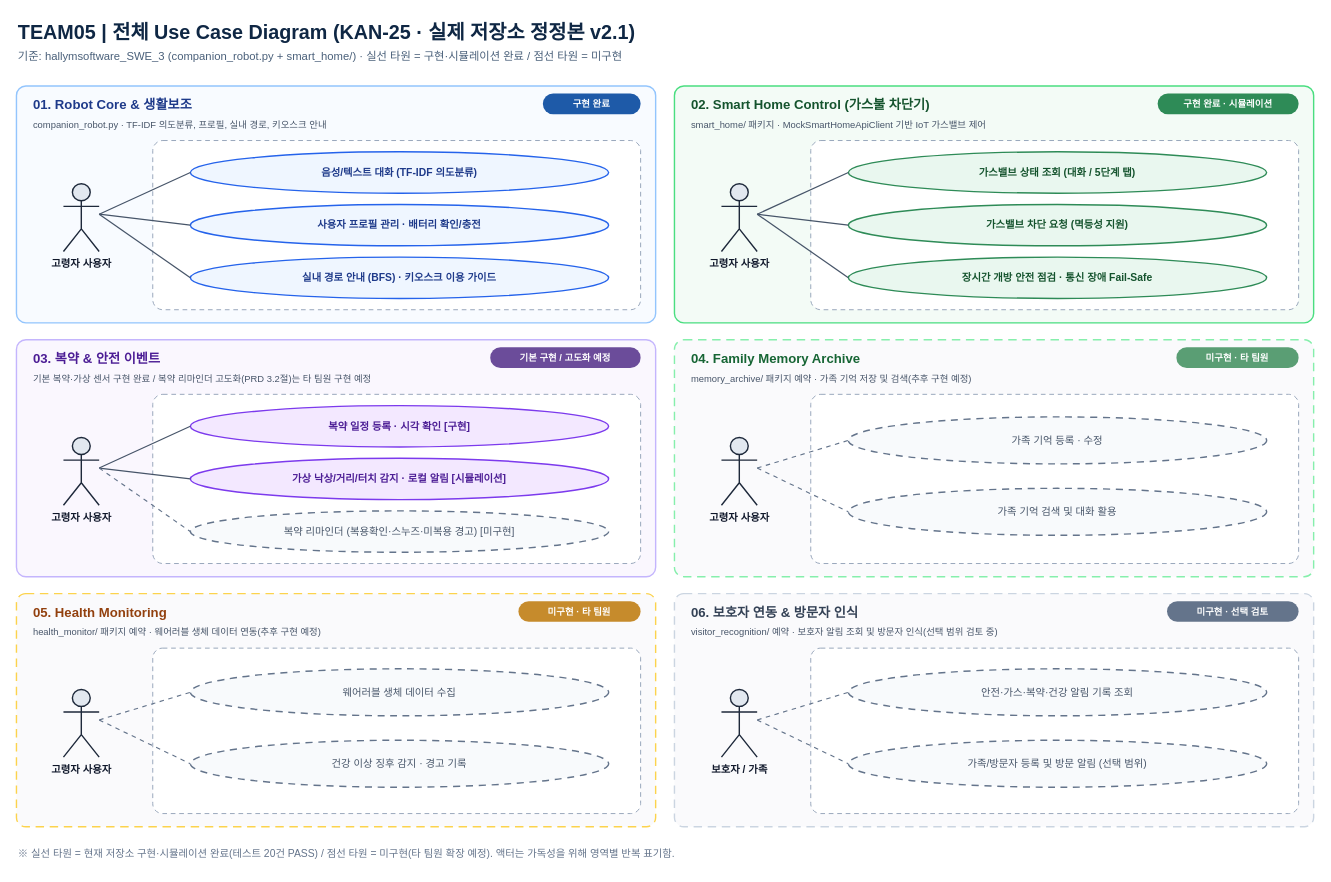
Before: docs/KAN25_UseCase_통합수정_v2.drawio in Againlose/hallymsoftware_SWE_3, a draw.io diagram. Source tidied: cells renumbered, new cells numbered last; positions are measured from the earlier drawing's top-left corner, leaving out a move shared by most shapes. Both pictures are drawn from the tidied source at 94%, with x=0, y=0 at pixel (16, 16).
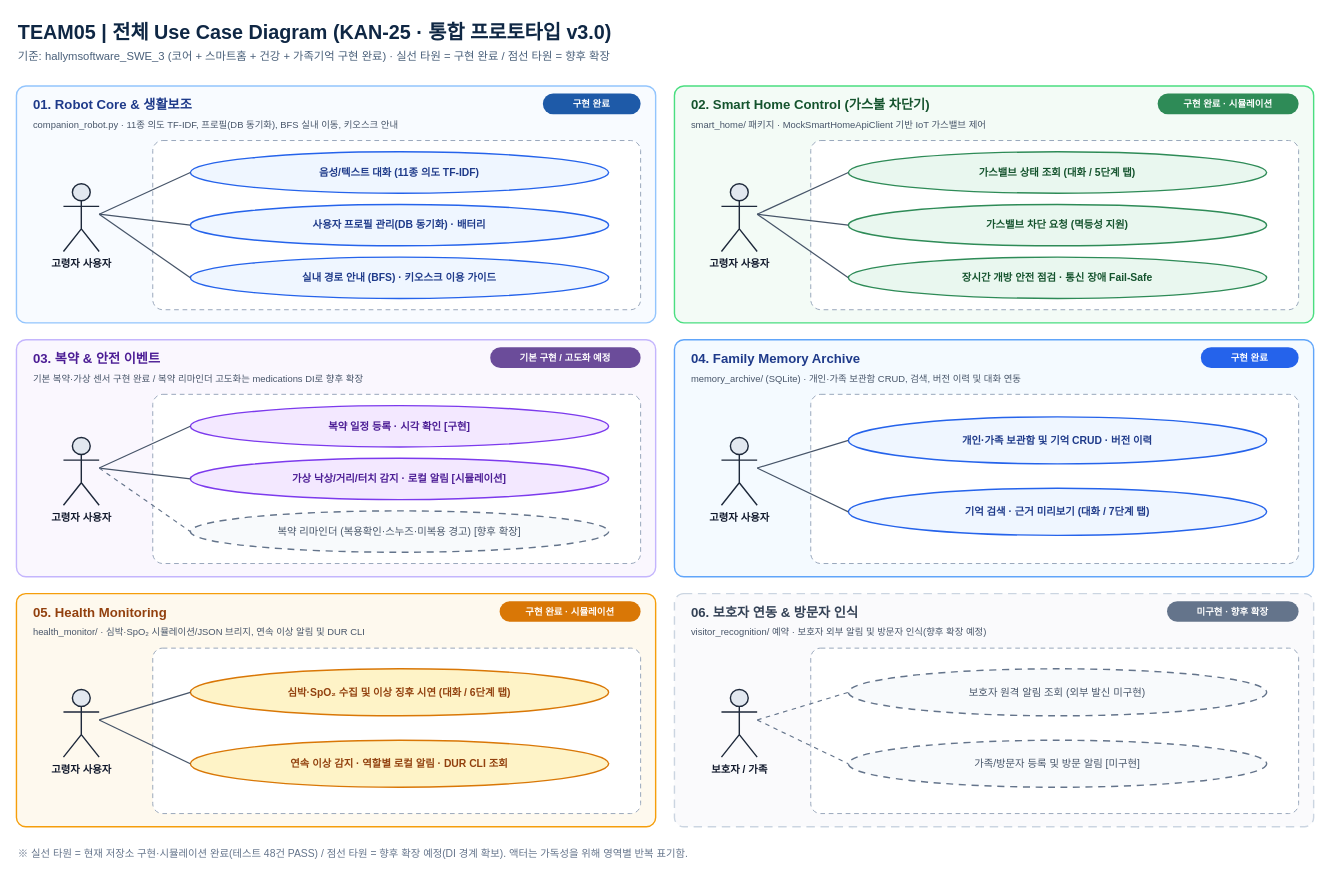
After the change.

The change refers to these unchanged cells:
```xml
<mxCell id="45" value="고령자 사용자" style="shape=umlActor;verticalLabelPosition=bottom;verticalAlign=top;html=1;outlineConnect=0;fillColor=#E2E8F0;strokeColor=#1E293B;strokeWidth=1.5;fontFamily=Malgun Gothic;fontSize=11;fontStyle=1;fontColor=#0F172A;" parent="1" vertex="1">
  <mxGeometry x="750" y="448" width="38" height="72" as="geometry" />
</mxCell>
<mxCell id="55" value="고령자 사용자" style="shape=umlActor;verticalLabelPosition=bottom;verticalAlign=top;html=1;outlineConnect=0;fillColor=#E2E8F0;strokeColor=#1E293B;strokeWidth=1.5;fontFamily=Malgun Gothic;fontSize=11;fontStyle=1;fontColor=#0F172A;" parent="1" vertex="1">
  <mxGeometry x="50" y="716" width="38" height="72" as="geometry" />
</mxCell>
```

The edit, as a diff of the source:
```diff
@@
-    <mxCell id="2" value="TEAM05 | 전체 Use Case Diagram (KAN-25 · 실제 저장소 정정본 v2.1)" style="text;html=1;strokeColor=none;fillColor=none;align=left;verticalAlign=middle;whiteSpace=wrap;rounded=0;fontFamily=Malgun Gothic;fontSize=21;fontStyle=1;fontColor=#0F2744;" parent="1" vertex="1">
+    <mxCell id="2" value="TEAM05 | 전체 Use Case Diagram (KAN-25 · 통합 프로토타입 v3.0)" style="text;html=1;strokeColor=none;fillColor=none;align=left;verticalAlign=middle;whiteSpace=wrap;rounded=0;fontFamily=Malgun Gothic;fontSize=21;fontStyle=1;fontColor=#0F2744;" parent="1" vertex="1">
       <mxGeometry width="1020" height="32" as="geometry" />
     </mxCell>
-    <mxCell id="3" value="기준: hallymsoftware_SWE_3 (companion_robot.py + smart_home/) · 실선 타원 = 구현·시뮬레이션 완료 / 점선 타원 = 미구현" style="text;html=1;strokeColor=none;fillColor=none;align=left;verticalAlign=middle;whiteSpace=wrap;rounded=0;fontFamily=Malgun Gothic;fontSize=12;fontColor=#4A607A;" parent="1" vertex="1">
+    <mxCell id="3" value="기준: hallymsoftware_SWE_3 (코어 + 스마트홈 + 건강 + 가족기억 구현 완료) · 실선 타원 = 구현 완료 / 점선 타원 = 향후 확장" style="text;html=1;strokeColor=none;fillColor=none;align=left;verticalAlign=middle;whiteSpace=wrap;rounded=0;fontFamily=Malgun Gothic;fontSize=12;fontColor=#4A607A;" parent="1" vertex="1">
       <mxGeometry y="32" width="1380" height="22" as="geometry" />
     </mxCell>
@@
-    <mxCell id="7" value="companion_robot.py · TF-IDF 의도분류, 프로필, 실내 경로, 키오스크 안내" style="text;html=1;strokeColor=none;fillColor=none;align=left;verticalAlign=middle;fontFamily=Malgun Gothic;fontSize=10;fontColor=#475569;" parent="1" vertex="1">
-      <mxGeometry x="16" y="106" width="520" height="18" as="geometry" />
+    <mxCell id="7" value="companion_robot.py · 11종 의도 TF-IDF, 프로필(DB 동기화), BFS 실내 이동, 키오스크 안내" style="text;html=1;strokeColor=none;fillColor=none;align=left;verticalAlign=middle;fontFamily=Malgun Gothic;fontSize=10;fontColor=#475569;" parent="1" vertex="1">
+      <mxGeometry x="16" y="106" width="560" height="18" as="geometry" />
     </mxCell>
@@
-    <mxCell id="10" value="음성/텍스트 대화 (TF-IDF 의도분류)" style="ellipse;whiteSpace=wrap;html=1;fillColor=#EFF6FF;strokeColor=#2563EB;strokeWidth=1.5;fontFamily=Malgun Gothic;fontSize=11;fontStyle=1;fontColor=#1E3A8A;" parent="1" vertex="1">
+    <mxCell id="10" value="음성/텍스트 대화 (11종 의도 TF-IDF)" style="ellipse;whiteSpace=wrap;html=1;fillColor=#EFF6FF;strokeColor=#2563EB;strokeWidth=1.5;fontFamily=Malgun Gothic;fontSize=11;fontStyle=1;fontColor=#1E3A8A;" parent="1" vertex="1">
       <mxGeometry x="185" y="144" width="445" height="44" as="geometry" />
     </mxCell>
-    <mxCell id="11" value="사용자 프로필 관리 · 배터리 확인/충전" style="ellipse;whiteSpace=wrap;html=1;fillColor=#EFF6FF;strokeColor=#2563EB;strokeWidth=1.5;fontFamily=Malgun Gothic;fontSize=11;fontStyle=1;fontColor=#1E3A8A;" parent="1" vertex="1">
+    <mxCell id="11" value="사용자 프로필 관리(DB 동기화) · 배터리" style="ellipse;whiteSpace=wrap;html=1;fillColor=#EFF6FF;strokeColor=#2563EB;strokeWidth=1.5;fontFamily=Malgun Gothic;fontSize=11;fontStyle=1;fontColor=#1E3A8A;" parent="1" vertex="1">
       <mxGeometry x="185" y="200" width="445" height="44" as="geometry" />
     </mxCell>
@@
-    <mxCell id="31" value="기본 복약·가상 센서 구현 완료 / 복약 리마인더 고도화(PRD 3.2절)는 타 팀원 구현 예정" style="text;html=1;strokeColor=none;fillColor=none;align=left;verticalAlign=middle;fontFamily=Malgun Gothic;fontSize=10;fontColor=#475569;" parent="1" vertex="1">
+    <mxCell id="31" value="기본 복약·가상 센서 구현 완료 / 복약 리마인더 고도화는 medications DI로 향후 확장" style="text;html=1;strokeColor=none;fillColor=none;align=left;verticalAlign=middle;fontFamily=Malgun Gothic;fontSize=10;fontColor=#475569;" parent="1" vertex="1">
       <mxGeometry x="16" y="376" width="560" height="18" as="geometry" />
     </mxCell>
@@
-    <mxCell id="36" value="복약 리마인더 (복용확인·스누즈·미복용 경고) [미구현]" style="ellipse;whiteSpace=wrap;html=1;fillColor=#F8FAFC;strokeColor=#64748B;strokeWidth=1.5;dashed=1;dashPattern=5 4;fontFamily=Malgun Gothic;fontSize=11;fontColor=#475569;" parent="1" vertex="1">
+    <mxCell id="36" value="복약 리마인더 (복용확인·스누즈·미복용 경고) [향후 확장]" style="ellipse;whiteSpace=wrap;html=1;fillColor=#F8FAFC;strokeColor=#64748B;strokeWidth=1.5;dashed=1;dashPattern=5 4;fontFamily=Malgun Gothic;fontSize=11;fontColor=#475569;" parent="1" vertex="1">
       <mxGeometry x="185" y="526" width="445" height="44" as="geometry" />
     </mxCell>
@@
-    <mxCell id="40" style="rounded=1;whiteSpace=wrap;html=1;arcSize=4;fillColor=#FAFAFC;strokeColor=#86EFAC;strokeWidth=1.5;dashed=1;dashPattern=6 4;" parent="1" vertex="1">
+    <mxCell id="40" style="rounded=1;whiteSpace=wrap;html=1;arcSize=4;fillColor=#F4FAFF;strokeColor=#60A5FA;strokeWidth=1.5;" parent="1" vertex="1">
       <mxGeometry x="700" y="344" width="680" height="252" as="geometry" />
     </mxCell>
-    <mxCell id="41" value="04. Family Memory Archive" style="text;html=1;strokeColor=none;fillColor=none;align=left;verticalAlign=middle;fontFamily=Malgun Gothic;fontSize=14;fontStyle=1;fontColor=#166534;" parent="1" vertex="1">
+    <mxCell id="41" value="04. Family Memory Archive" style="text;html=1;strokeColor=none;fillColor=none;align=left;verticalAlign=middle;fontFamily=Malgun Gothic;fontSize=14;fontStyle=1;fontColor=#1E3A8A;" parent="1" vertex="1">
       <mxGeometry x="716" y="352" width="420" height="24" as="geometry" />
     </mxCell>
-    <mxCell id="42" value="미구현 · 타 팀원" style="rounded=1;whiteSpace=wrap;html=1;arcSize=50;fillColor=#5A9E74;strokeColor=none;fontFamily=Malgun Gothic;fontSize=10;fontStyle=1;fontColor=#FFFFFF;" parent="1" vertex="1">
-      <mxGeometry x="1234" y="352" width="130" height="22" as="geometry" />
+    <mxCell id="42" value="구현 완료" style="rounded=1;whiteSpace=wrap;html=1;arcSize=50;fillColor=#2563EB;strokeColor=none;fontFamily=Malgun Gothic;fontSize=10;fontStyle=1;fontColor=#FFFFFF;" parent="1" vertex="1">
+      <mxGeometry x="1260" y="352" width="104" height="22" as="geometry" />
     </mxCell>
-    <mxCell id="43" value="memory_archive/ 패키지 예약 · 가족 기억 저장 및 검색(추후 구현 예정)" style="text;html=1;strokeColor=none;fillColor=none;align=left;verticalAlign=middle;fontFamily=Malgun Gothic;fontSize=10;fontColor=#475569;" parent="1" vertex="1">
-      <mxGeometry x="716" y="376" width="520" height="18" as="geometry" />
+    <mxCell id="43" value="memory_archive/ (SQLite) · 개인·가족 보관함 CRUD, 검색, 버전 이력 및 대화 연동" style="text;html=1;strokeColor=none;fillColor=none;align=left;verticalAlign=middle;fontFamily=Malgun Gothic;fontSize=10;fontColor=#475569;" parent="1" vertex="1">
+      <mxGeometry x="716" y="376" width="560" height="18" as="geometry" />
     </mxCell>
@@
-    <mxCell id="46" value="가족 기억 등록 · 수정" style="ellipse;whiteSpace=wrap;html=1;fillColor=#F8FAFC;strokeColor=#64748B;strokeWidth=1.5;dashed=1;dashPattern=5 4;fontFamily=Malgun Gothic;fontSize=11;fontColor=#475569;" parent="1" vertex="1">
+    <mxCell id="46" value="개인·가족 보관함 및 기억 CRUD · 버전 이력" style="ellipse;whiteSpace=wrap;html=1;fillColor=#EFF6FF;strokeColor=#2563EB;strokeWidth=1.5;fontFamily=Malgun Gothic;fontSize=11;fontStyle=1;fontColor=#1E3A8A;" parent="1" vertex="1">
       <mxGeometry x="885" y="426" width="445" height="50" as="geometry" />
     </mxCell>
-    <mxCell id="47" value="가족 기억 검색 및 대화 활용" style="ellipse;whiteSpace=wrap;html=1;fillColor=#F8FAFC;strokeColor=#64748B;strokeWidth=1.5;dashed=1;dashPattern=5 4;fontFamily=Malgun Gothic;fontSize=11;fontColor=#475569;" parent="1" vertex="1">
+    <mxCell id="47" value="기억 검색 · 근거 미리보기 (대화 / 7단계 탭)" style="ellipse;whiteSpace=wrap;html=1;fillColor=#EFF6FF;strokeColor=#2563EB;strokeWidth=1.5;fontFamily=Malgun Gothic;fontSize=11;fontStyle=1;fontColor=#1E3A8A;" parent="1" vertex="1">
       <mxGeometry x="885" y="502" width="445" height="50" as="geometry" />
     </mxCell>
-    <mxCell id="48" style="endArrow=none;html=1;strokeColor=#64748B;strokeWidth=1.2;dashed=1;dashPattern=4 4;exitX=1;exitY=0.45;exitDx=0;exitDy=0;exitPerimeter=0;entryX=0;entryY=0.5;entryDx=0;entryDy=0;" parent="1" edge="1" source="45" target="46">
+    <mxCell id="48" style="endArrow=none;html=1;strokeColor=#475569;strokeWidth=1.3;exitX=1;exitY=0.45;exitDx=0;exitDy=0;exitPerimeter=0;entryX=0;entryY=0.5;entryDx=0;entryDy=0;" parent="1" edge="1" source="45" target="46">
       <mxGeometry relative="1" as="geometry" />
     </mxCell>
-    <mxCell id="49" style="endArrow=none;html=1;strokeColor=#64748B;strokeWidth=1.2;dashed=1;dashPattern=4 4;exitX=1;exitY=0.45;exitDx=0;exitDy=0;exitPerimeter=0;entryX=0;entryY=0.5;entryDx=0;entryDy=0;" parent="1" edge="1" source="45" target="47">
+    <mxCell id="49" style="endArrow=none;html=1;strokeColor=#475569;strokeWidth=1.3;exitX=1;exitY=0.45;exitDx=0;exitDy=0;exitPerimeter=0;entryX=0;entryY=0.5;entryDx=0;entryDy=0;" parent="1" edge="1" source="45" target="47">
       <mxGeometry relative="1" as="geometry" />
     </mxCell>
-    <mxCell id="50" style="rounded=1;whiteSpace=wrap;html=1;arcSize=4;fillColor=#FAFAFC;strokeColor=#FCD34D;strokeWidth=1.5;dashed=1;dashPattern=6 4;" parent="1" vertex="1">
+    <mxCell id="50" style="rounded=1;whiteSpace=wrap;html=1;arcSize=4;fillColor=#FEF9EE;strokeColor=#F59E0B;strokeWidth=1.5;" parent="1" vertex="1">
       <mxGeometry y="614" width="680" height="248" as="geometry" />
     </mxCell>
@@
-    <mxCell id="52" value="미구현 · 타 팀원" style="rounded=1;whiteSpace=wrap;html=1;arcSize=50;fillColor=#C68B2C;strokeColor=none;fontFamily=Malgun Gothic;fontSize=10;fontStyle=1;fontColor=#FFFFFF;" parent="1" vertex="1">
-      <mxGeometry x="534" y="622" width="130" height="22" as="geometry" />
+    <mxCell id="52" value="구현 완료 · 시뮬레이션" style="rounded=1;whiteSpace=wrap;html=1;arcSize=50;fillColor=#D97706;strokeColor=none;fontFamily=Malgun Gothic;fontSize=10;fontStyle=1;fontColor=#FFFFFF;" parent="1" vertex="1">
+      <mxGeometry x="514" y="622" width="150" height="22" as="geometry" />
     </mxCell>
-    <mxCell id="53" value="health_monitor/ 패키지 예약 · 웨어러블 생체 데이터 연동(추후 구현 예정)" style="text;html=1;strokeColor=none;fillColor=none;align=left;verticalAlign=middle;fontFamily=Malgun Gothic;fontSize=10;fontColor=#475569;" parent="1" vertex="1">
-      <mxGeometry x="16" y="646" width="520" height="18" as="geometry" />
+    <mxCell id="53" value="health_monitor/ · 심박·SpO₂ 시뮬레이션/JSON 브리지, 연속 이상 알림 및 DUR CLI" style="text;html=1;strokeColor=none;fillColor=none;align=left;verticalAlign=middle;fontFamily=Malgun Gothic;fontSize=10;fontColor=#475569;" parent="1" vertex="1">
+      <mxGeometry x="16" y="646" width="560" height="18" as="geometry" />
     </mxCell>
@@
-    <mxCell id="56" value="웨어러블 생체 데이터 수집" style="ellipse;whiteSpace=wrap;html=1;fillColor=#F8FAFC;strokeColor=#64748B;strokeWidth=1.5;dashed=1;dashPattern=5 4;fontFamily=Malgun Gothic;fontSize=11;fontColor=#475569;" parent="1" vertex="1">
+    <mxCell id="56" value="심박·SpO₂ 수집 및 이상 징후 시연 (대화 / 6단계 탭)" style="ellipse;whiteSpace=wrap;html=1;fillColor=#FEF3C7;strokeColor=#D97706;strokeWidth=1.5;fontFamily=Malgun Gothic;fontSize=11;fontStyle=1;fontColor=#92400E;" parent="1" vertex="1">
       <mxGeometry x="185" y="694" width="445" height="50" as="geometry" />
     </mxCell>
-    <mxCell id="57" value="건강 이상 징후 감지 · 경고 기록" style="ellipse;whiteSpace=wrap;html=1;fillColor=#F8FAFC;strokeColor=#64748B;strokeWidth=1.5;dashed=1;dashPattern=5 4;fontFamily=Malgun Gothic;fontSize=11;fontColor=#475569;" parent="1" vertex="1">
+    <mxCell id="57" value="연속 이상 감지 · 역할별 로컬 알림 · DUR CLI 조회" style="ellipse;whiteSpace=wrap;html=1;fillColor=#FEF3C7;strokeColor=#D97706;strokeWidth=1.5;fontFamily=Malgun Gothic;fontSize=11;fontStyle=1;fontColor=#92400E;" parent="1" vertex="1">
       <mxGeometry x="185" y="770" width="445" height="50" as="geometry" />
     </mxCell>
-    <mxCell id="58" style="endArrow=none;html=1;strokeColor=#64748B;strokeWidth=1.2;dashed=1;dashPattern=4 4;exitX=1;exitY=0.45;exitDx=0;exitDy=0;exitPerimeter=0;entryX=0;entryY=0.5;entryDx=0;entryDy=0;" parent="1" edge="1" source="55" target="56">
+    <mxCell id="58" style="endArrow=none;html=1;strokeColor=#475569;strokeWidth=1.3;exitX=1;exitY=0.45;exitDx=0;exitDy=0;exitPerimeter=0;entryX=0;entryY=0.5;entryDx=0;entryDy=0;" parent="1" edge="1" source="55" target="56">
       <mxGeometry relative="1" as="geometry" />
     </mxCell>
-    <mxCell id="59" style="endArrow=none;html=1;strokeColor=#64748B;strokeWidth=1.2;dashed=1;dashPattern=4 4;exitX=1;exitY=0.45;exitDx=0;exitDy=0;exitPerimeter=0;entryX=0;entryY=0.5;entryDx=0;entryDy=0;" parent="1" edge="1" source="55" target="57">
+    <mxCell id="59" style="endArrow=none;html=1;strokeColor=#475569;strokeWidth=1.3;exitX=1;exitY=0.45;exitDx=0;exitDy=0;exitPerimeter=0;entryX=0;entryY=0.5;entryDx=0;entryDy=0;" parent="1" edge="1" source="55" target="57">
       <mxGeometry relative="1" as="geometry" />
     </mxCell>
@@
-    <mxCell id="62" value="미구현 · 선택 검토" style="rounded=1;whiteSpace=wrap;html=1;arcSize=50;fillColor=#64748B;strokeColor=none;fontFamily=Malgun Gothic;fontSize=10;fontStyle=1;fontColor=#FFFFFF;" parent="1" vertex="1">
+    <mxCell id="62" value="미구현 · 향후 확장" style="rounded=1;whiteSpace=wrap;html=1;arcSize=50;fillColor=#64748B;strokeColor=none;fontFamily=Malgun Gothic;fontSize=10;fontStyle=1;fontColor=#FFFFFF;" parent="1" vertex="1">
       <mxGeometry x="1224" y="622" width="140" height="22" as="geometry" />
     </mxCell>
-    <mxCell id="63" value="visitor_recognition/ 예약 · 보호자 알림 조회 및 방문자 인식(선택 범위 검토 중)" style="text;html=1;strokeColor=none;fillColor=none;align=left;verticalAlign=middle;fontFamily=Malgun Gothic;fontSize=10;fontColor=#475569;" parent="1" vertex="1">
+    <mxCell id="63" value="visitor_recognition/ 예약 · 보호자 외부 알림 및 방문자 인식(향후 확장 예정)" style="text;html=1;strokeColor=none;fillColor=none;align=left;verticalAlign=middle;fontFamily=Malgun Gothic;fontSize=10;fontColor=#475569;" parent="1" vertex="1">
       <mxGeometry x="716" y="646" width="520" height="18" as="geometry" />
     </mxCell>
@@
-    <mxCell id="66" value="안전·가스·복약·건강 알림 기록 조회" style="ellipse;whiteSpace=wrap;html=1;fillColor=#F8FAFC;strokeColor=#64748B;strokeWidth=1.5;dashed=1;dashPattern=5 4;fontFamily=Malgun Gothic;fontSize=11;fontColor=#475569;" parent="1" vertex="1">
+    <mxCell id="66" value="보호자 원격 알림 조회 (외부 발신 미구현)" style="ellipse;whiteSpace=wrap;html=1;fillColor=#F8FAFC;strokeColor=#64748B;strokeWidth=1.5;dashed=1;dashPattern=5 4;fontFamily=Malgun Gothic;fontSize=11;fontColor=#475569;" parent="1" vertex="1">
       <mxGeometry x="885" y="694" width="445" height="50" as="geometry" />
     </mxCell>
-    <mxCell id="67" value="가족/방문자 등록 및 방문 알림 (선택 범위)" style="ellipse;whiteSpace=wrap;html=1;fillColor=#F8FAFC;strokeColor=#64748B;strokeWidth=1.5;dashed=1;dashPattern=5 4;fontFamily=Malgun Gothic;fontSize=11;fontColor=#475569;" parent="1" vertex="1">
+    <mxCell id="67" value="가족/방문자 등록 및 방문 알림 [미구현]" style="ellipse;whiteSpace=wrap;html=1;fillColor=#F8FAFC;strokeColor=#64748B;strokeWidth=1.5;dashed=1;dashPattern=5 4;fontFamily=Malgun Gothic;fontSize=11;fontColor=#475569;" parent="1" vertex="1">
       <mxGeometry x="885" y="770" width="445" height="50" as="geometry" />
     </mxCell>
@@
-    <mxCell id="70" value="※ 실선 타원 = 현재 저장소 구현·시뮬레이션 완료(테스트 20건 PASS) / 점선 타원 = 미구현(타 팀원 확장 예정). 액터는 가독성을 위해 영역별 반복 표기함." style="text;html=1;strokeColor=none;fillColor=none;align=left;verticalAlign=middle;whiteSpace=wrap;rounded=0;fontFamily=Malgun Gothic;fontSize=11;fontColor=#64748B;" parent="1" vertex="1">
+    <mxCell id="70" value="※ 실선 타원 = 현재 저장소 구현·시뮬레이션 완료(테스트 48건 PASS) / 점선 타원 = 향후 확장 예정(DI 경계 확보). 액터는 가독성을 위해 영역별 반복 표기함." style="text;html=1;strokeColor=none;fillColor=none;align=left;verticalAlign=middle;whiteSpace=wrap;rounded=0;fontFamily=Malgun Gothic;fontSize=11;fontColor=#64748B;" parent="1" vertex="1">
       <mxGeometry y="878" width="1380" height="26" as="geometry" />
     </mxCell>
```
